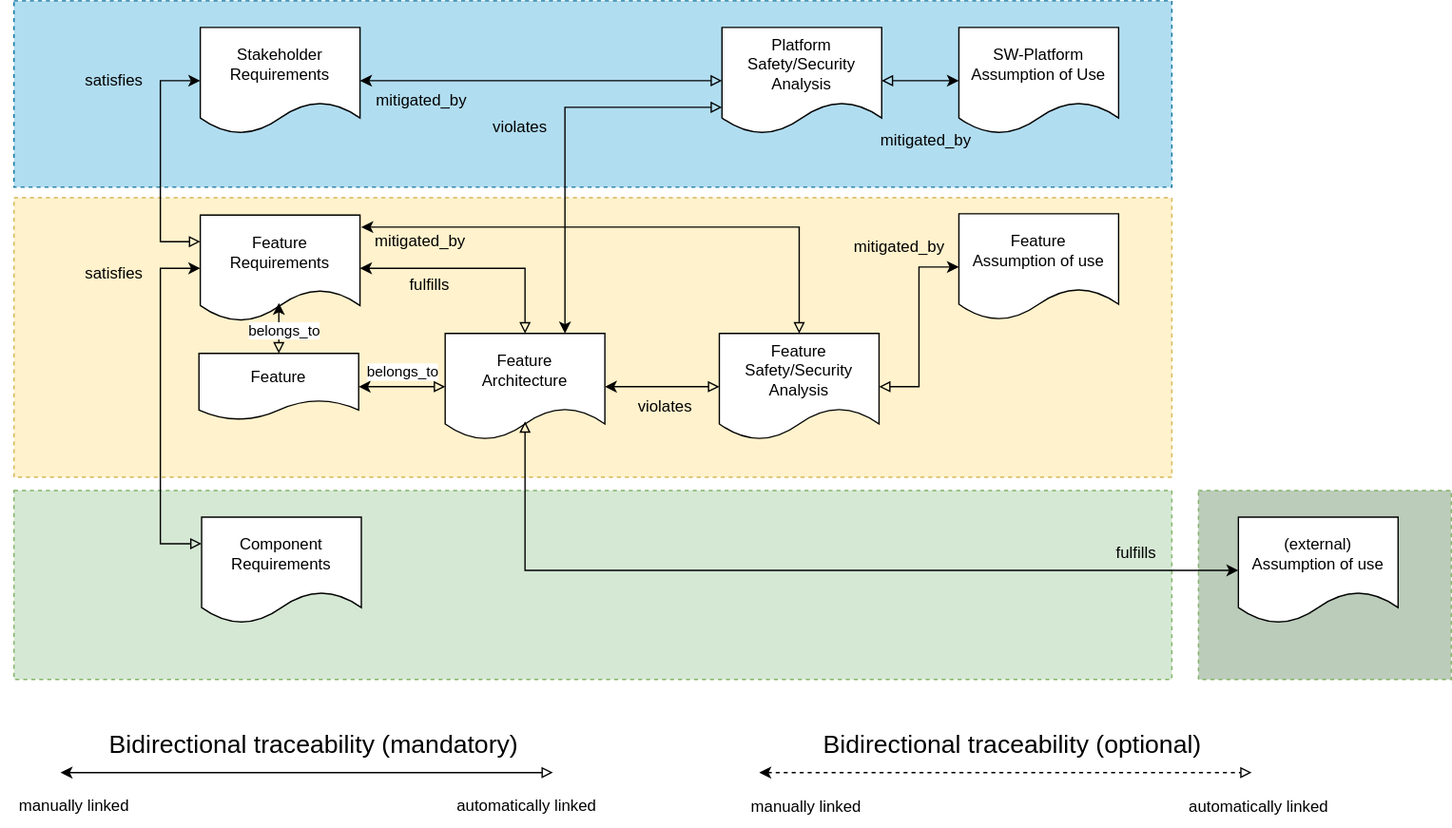
eclipse-score/process_description keeps this draw.io diagram as main/_images/score_traceability_model_feat_overview.drawio.svg. Above is the earlier version. Source tidied: cells renumbered, new cells last; positions are measured from the earlier drawing's top-left corner, leaving out a move shared by most shapes.
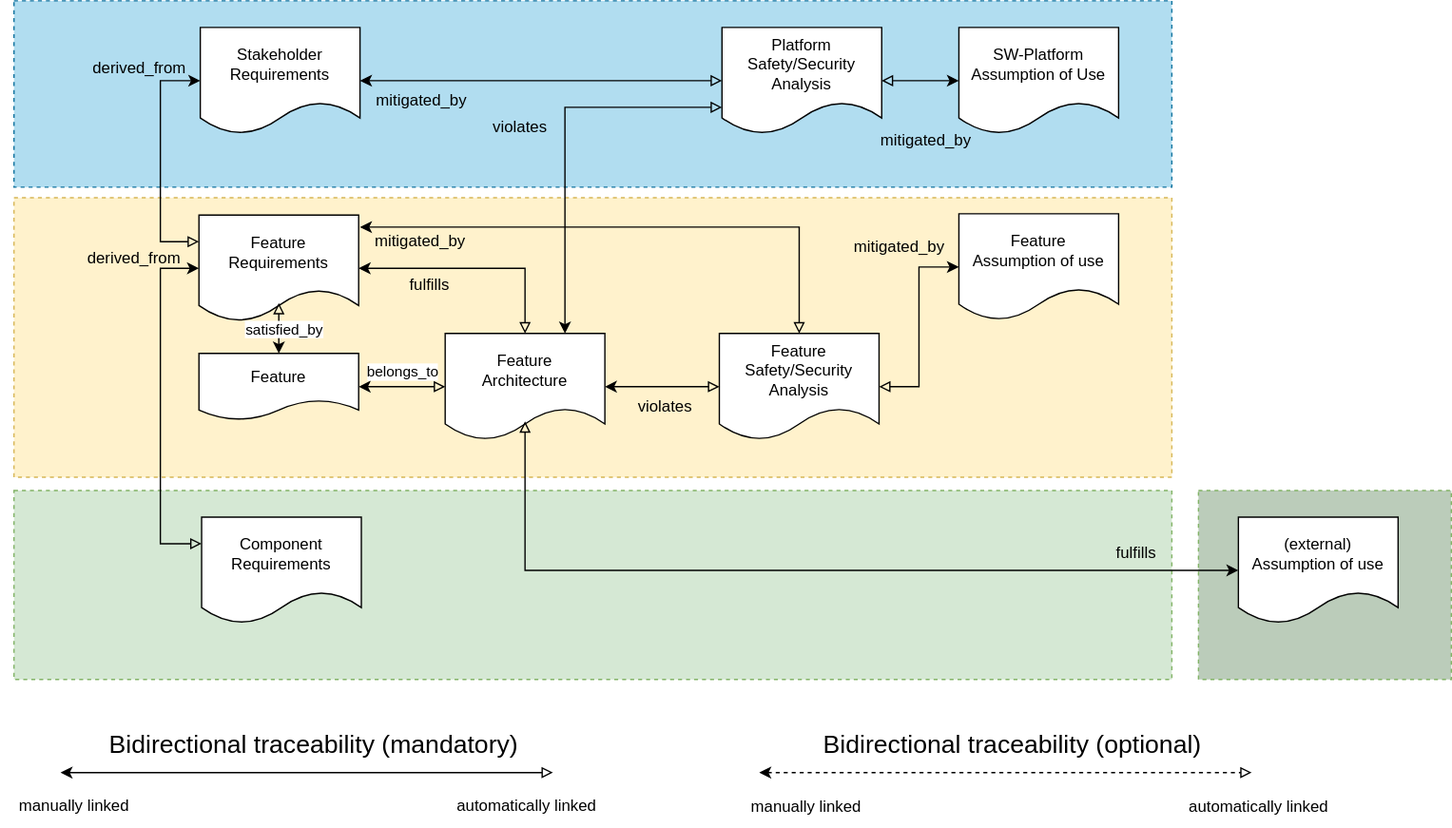
After the change.

Change to the diagram source:
```diff
@@ -9,7 +9,7 @@
       <mxGeometry x="10" y="368" width="870" height="142" as="geometry" />
     </mxCell>
     <mxCell id="4" value="Feature Requirements" style="shape=document;whiteSpace=wrap;html=1;boundedLbl=1;" parent="1" vertex="1">
-      <mxGeometry x="150" y="161" width="120" height="80" as="geometry" />
+      <mxGeometry x="149" y="161" width="120" height="80" as="geometry" />
     </mxCell>
     <mxCell id="5" style="edgeStyle=orthogonalEdgeStyle;rounded=0;jettySize=auto;html=1;entryX=0;entryY=0.5;entryDx=0;entryDy=0;startArrow=block;startFill=0;exitX=0;exitY=0.25;exitDx=0;exitDy=0;endArrow=classic;endFill=1;" parent="1" edge="1" source="6" target="4">
       <mxGeometry relative="1" as="geometry">
@@ -22,12 +22,12 @@
     <mxCell id="6" value="Component Requirements" style="shape=document;whiteSpace=wrap;html=1;boundedLbl=1;" parent="1" vertex="1">
       <mxGeometry x="151" y="388" width="120" height="80" as="geometry" />
     </mxCell>
-    <mxCell id="7" style="edgeStyle=orthogonalEdgeStyle;rounded=0;jettySize=auto;html=1;exitX=0.5;exitY=0;exitDx=0;exitDy=0;startArrow=block;startFill=0;entryX=0.492;entryY=0.825;entryDx=0;entryDy=0;entryPerimeter=0;" parent="1" edge="1" source="43" target="4">
+    <mxCell id="7" style="edgeStyle=orthogonalEdgeStyle;rounded=0;jettySize=auto;html=1;startArrow=block;startFill=0;entryX=0.5;entryY=0;entryDx=0;entryDy=0;exitX=0.5;exitY=0.825;exitDx=0;exitDy=0;exitPerimeter=0;" parent="1" edge="1" source="4" target="43">
       <mxGeometry relative="1" as="geometry" />
     </mxCell>
-    <mxCell id="8" value="belongs_to" style="edgeLabel;html=1;align=center;verticalAlign=middle;" parent="7" vertex="1">
+    <mxCell id="8" value="satisfied_by" style="edgeLabel;html=1;align=center;verticalAlign=middle;" parent="7" vertex="1">
       <mxGeometry x="-0.41" y="-1" relative="1" as="geometry">
-        <mxPoint x="2" y="-7" as="offset" />
+        <mxPoint x="4" y="8" as="offset" />
       </mxGeometry>
     </mxCell>
     <mxCell id="9" style="edgeStyle=orthogonalEdgeStyle;rounded=0;jettySize=auto;html=1;startArrow=classic;startFill=1;endArrow=block;endFill=0;" parent="1" edge="1" source="10" target="20">
@@ -115,11 +115,11 @@
     <mxCell id="28" value="automatically linked" style="text;html=1;align=center;verticalAlign=middle;strokeColor=none;fillColor=none;" parent="1" vertex="1">
       <mxGeometry x="880" y="591" width="130" height="30" as="geometry" />
     </mxCell>
-    <mxCell id="29" value="satisfies" style="text;html=1;align=center;verticalAlign=middle;strokeColor=none;fillColor=none;" parent="1" vertex="1">
-      <mxGeometry x="50" y="45" width="70" height="30" as="geometry" />
+    <mxCell id="29" value="derived_from" style="text;html=1;align=center;verticalAlign=middle;strokeColor=none;fillColor=none;" parent="1" vertex="1">
+      <mxGeometry x="59" y="36" width="90" height="30" as="geometry" />
     </mxCell>
-    <mxCell id="30" value="satisfies" style="text;html=1;align=center;verticalAlign=middle;strokeColor=none;fillColor=none;" parent="1" vertex="1">
-      <mxGeometry x="50" y="190" width="70" height="30" as="geometry" />
+    <mxCell id="30" value="derived_from" style="text;html=1;align=center;verticalAlign=middle;strokeColor=none;fillColor=none;" parent="1" vertex="1">
+      <mxGeometry x="55" y="179" width="90" height="30" as="geometry" />
     </mxCell>
     <mxCell id="31" value="fulfills" style="text;html=1;align=center;verticalAlign=middle;strokeColor=none;fillColor=none;" parent="1" vertex="1">
       <mxGeometry x="828" y="400" width="50" height="30" as="geometry" />
```
